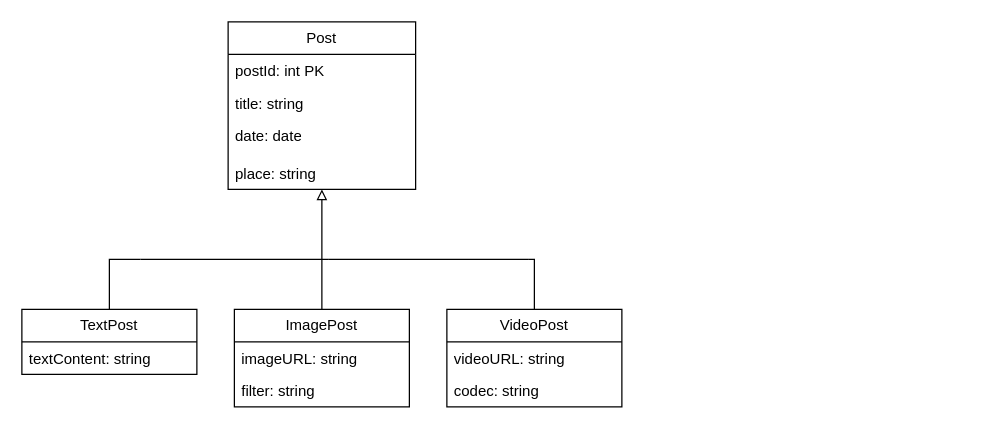
This is Homework 1 P plus.drawio from Alvinn8/DD1368, a draw.io file, before an edit. Source tidied: cells renumbered, new cells numbered last; positions are measured from the earlier drawing's top-left corner, leaving out a move shared by most shapes. Both pictures are drawn from the tidied source at 125%, with x=0, y=0 at pixel (21, 21).
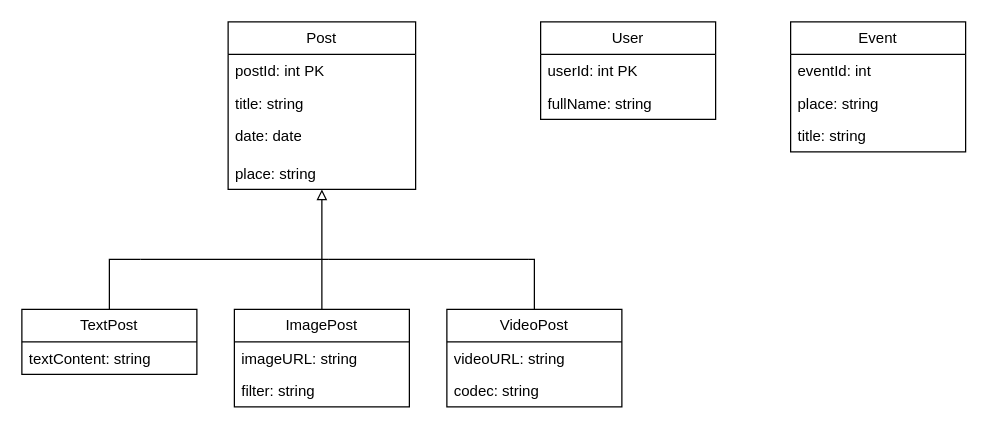
The same page after the edit.

Change to the diagram source:
```diff
@@
+    <mxCell id="20" value="User" style="swimlane;fontStyle=0;horizontal=1;startSize=26;fillColor=none;whiteSpace=wrap;html=1;" parent="1" vertex="1">
+      <mxGeometry x="415" width="140" height="78" as="geometry" />
+    </mxCell>
+    <mxCell id="21" value="userId: int PK" style="text;strokeColor=none;fillColor=none;align=left;verticalAlign=top;spacingLeft=4;spacingRight=4;overflow=hidden;whiteSpace=wrap;html=1;" parent="20" vertex="1">
+      <mxGeometry y="26" width="140" height="26" as="geometry" />
+    </mxCell>
+    <mxCell id="22" value="fullName: string" style="text;strokeColor=none;fillColor=none;align=left;verticalAlign=top;spacingLeft=4;spacingRight=4;overflow=hidden;whiteSpace=wrap;html=1;" parent="20" vertex="1">
+      <mxGeometry y="52" width="140" height="26" as="geometry" />
+    </mxCell>
+    <mxCell id="23" value="Event" style="swimlane;fontStyle=0;horizontal=1;startSize=26;fillColor=none;whiteSpace=wrap;html=1;" parent="1" vertex="1">
+      <mxGeometry x="615" width="140" height="104" as="geometry" />
+    </mxCell>
+    <mxCell id="24" value="eventId: int" style="text;strokeColor=none;fillColor=none;align=left;verticalAlign=top;spacingLeft=4;spacingRight=4;overflow=hidden;whiteSpace=wrap;html=1;" parent="23" vertex="1">
+      <mxGeometry y="26" width="140" height="26" as="geometry" />
+    </mxCell>
+    <mxCell id="25" value="place: string" style="text;strokeColor=none;fillColor=none;align=left;verticalAlign=top;spacingLeft=4;spacingRight=4;overflow=hidden;whiteSpace=wrap;html=1;" parent="23" vertex="1">
+      <mxGeometry y="52" width="140" height="26" as="geometry" />
+    </mxCell>
+    <mxCell id="26" value="title: string" style="text;strokeColor=none;fillColor=none;align=left;verticalAlign=top;spacingLeft=4;spacingRight=4;overflow=hidden;whiteSpace=wrap;html=1;" parent="23" vertex="1">
+      <mxGeometry y="78" width="140" height="26" as="geometry" />
+    </mxCell>
```
